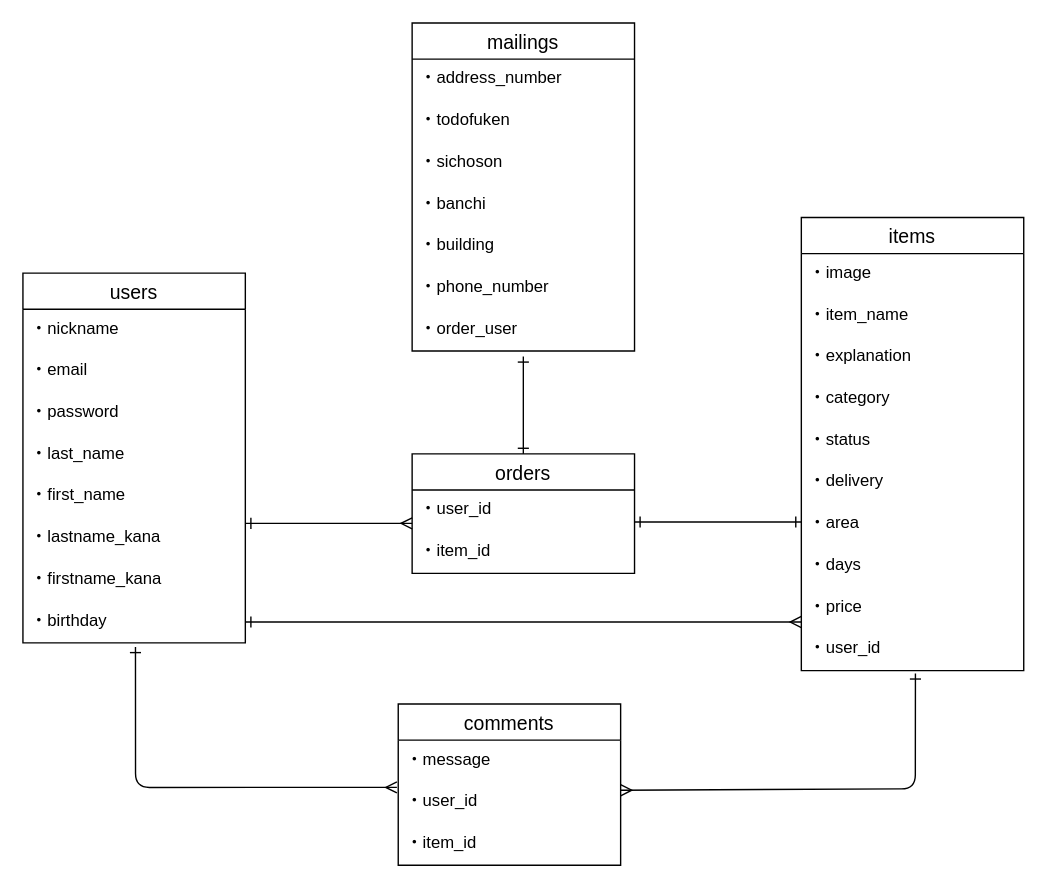
Above: test.dio in ymokkk/furima-37641 (draw.io), before the change. Source tidied: cells renumbered, new cells numbered last; positions are measured from the earlier drawing's top-left corner, leaving out a move shared by most shapes. Both pictures are drawn from the tidied source at 139%, with x=0, y=0 at pixel (22, 22).
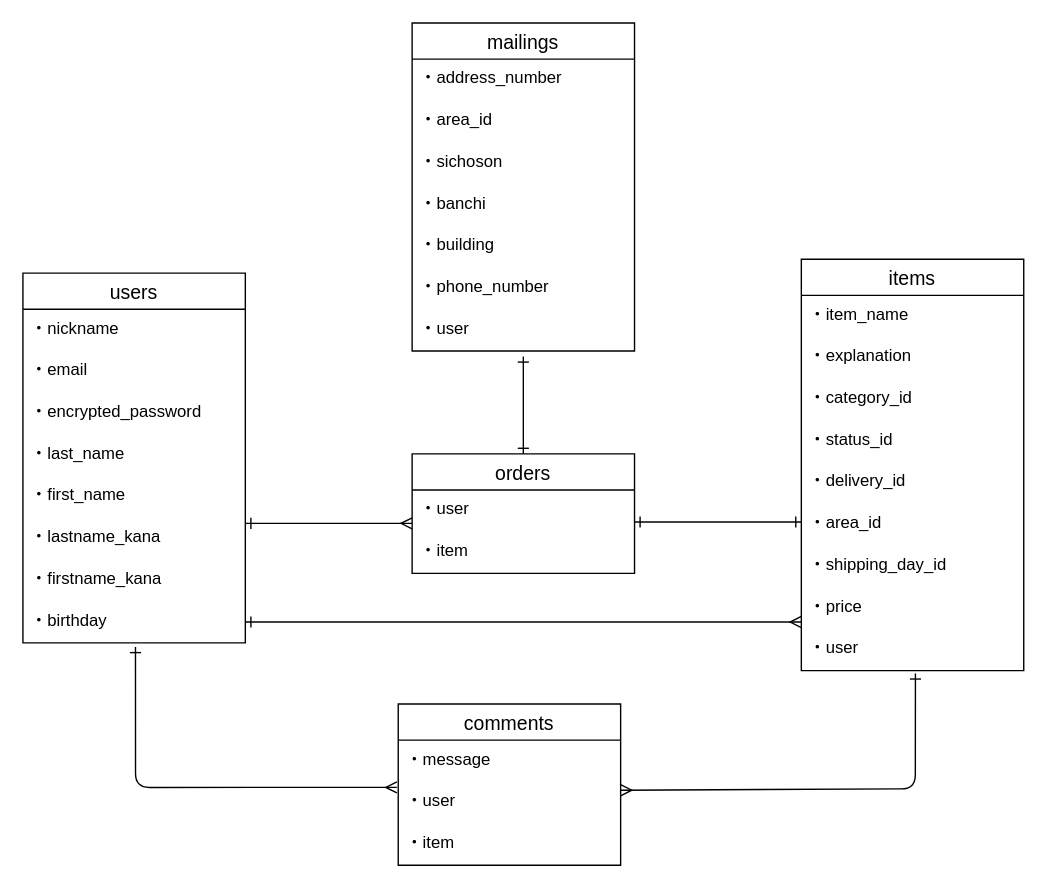
Above is the later version.

Unchanged cells that the change refers to:
```xml
<mxCell id="2" value="users" style="swimlane;fontStyle=0;horizontal=1;startSize=26;align=center;fontSize=14;" parent="1" vertex="1">
  <mxGeometry y="180" width="160" height="266" as="geometry" />
</mxCell>
<mxCell id="22" value="comments" style="swimlane;fontStyle=0;horizontal=1;startSize=26;align=center;fontSize=14;" parent="1" vertex="1">
  <mxGeometry x="270" y="490" width="160" height="116" as="geometry" />
</mxCell>
<mxCell id="26" value="orders" style="swimlane;fontStyle=0;horizontal=1;startSize=26;align=center;fontSize=14;" parent="1" vertex="1">
  <mxGeometry x="280" y="310" width="160" height="86" as="geometry" />
</mxCell>
<mxCell id="29" value="mailings" style="swimlane;fontStyle=0;horizontal=1;startSize=26;align=center;fontSize=14;" parent="1" vertex="1">
  <mxGeometry x="280" width="160" height="236" as="geometry" />
</mxCell>
```

Diff of the diagram source:
```diff
@@
-    <mxCell id="5" value="・password" style="text;strokeColor=none;fillColor=none;spacingLeft=4;spacingRight=4;overflow=hidden;fontSize=12;" parent="2" vertex="1">
+    <mxCell id="5" value="・encrypted_password" style="text;strokeColor=none;fillColor=none;spacingLeft=4;spacingRight=4;overflow=hidden;fontSize=12;" parent="2" vertex="1">
       <mxGeometry y="86" width="160" height="30" as="geometry" />
     </mxCell>
@@
     <mxCell id="11" value="items" style="swimlane;fontStyle=0;horizontal=1;startSize=26;align=center;fontSize=14;" parent="1" vertex="1">
-      <mxGeometry x="560" y="140" width="160" height="326" as="geometry" />
+      <mxGeometry x="560" y="170" width="160" height="296" as="geometry" />
     </mxCell>
-    <mxCell id="12" value="・image" style="text;strokeColor=none;fillColor=none;spacingLeft=4;spacingRight=4;overflow=hidden;fontSize=12;" parent="11" vertex="1">
-      <mxGeometry y="26" width="160" height="30" as="geometry" />
-    </mxCell>
     <mxCell id="13" value="・item_name" style="text;strokeColor=none;fillColor=none;spacingLeft=4;spacingRight=4;overflow=hidden;fontSize=12;" parent="11" vertex="1">
-      <mxGeometry y="56" width="160" height="30" as="geometry" />
+      <mxGeometry y="26" width="160" height="30" as="geometry" />
     </mxCell>
     <mxCell id="14" value="・explanation" style="text;strokeColor=none;fillColor=none;spacingLeft=4;spacingRight=4;overflow=hidden;fontSize=12;" parent="11" vertex="1">
-      <mxGeometry y="86" width="160" height="30" as="geometry" />
+      <mxGeometry y="56" width="160" height="30" as="geometry" />
     </mxCell>
-    <mxCell id="15" value="・category" style="text;strokeColor=none;fillColor=none;spacingLeft=4;spacingRight=4;overflow=hidden;fontSize=12;" parent="11" vertex="1">
-      <mxGeometry y="116" width="160" height="30" as="geometry" />
+    <mxCell id="15" value="・category_id" style="text;strokeColor=none;fillColor=none;spacingLeft=4;spacingRight=4;overflow=hidden;fontSize=12;" parent="11" vertex="1">
+      <mxGeometry y="86" width="160" height="30" as="geometry" />
     </mxCell>
-    <mxCell id="16" value="・status" style="text;strokeColor=none;fillColor=none;spacingLeft=4;spacingRight=4;overflow=hidden;fontSize=12;" parent="11" vertex="1">
-      <mxGeometry y="146" width="160" height="30" as="geometry" />
+    <mxCell id="16" value="・status_id" style="text;strokeColor=none;fillColor=none;spacingLeft=4;spacingRight=4;overflow=hidden;fontSize=12;" parent="11" vertex="1">
+      <mxGeometry y="116" width="160" height="30" as="geometry" />
     </mxCell>
-    <mxCell id="17" value="・delivery" style="text;strokeColor=none;fillColor=none;spacingLeft=4;spacingRight=4;overflow=hidden;fontSize=12;" parent="11" vertex="1">
-      <mxGeometry y="176" width="160" height="30" as="geometry" />
+    <mxCell id="17" value="・delivery_id" style="text;strokeColor=none;fillColor=none;spacingLeft=4;spacingRight=4;overflow=hidden;fontSize=12;" parent="11" vertex="1">
+      <mxGeometry y="146" width="160" height="30" as="geometry" />
     </mxCell>
-    <mxCell id="18" value="・area" style="text;strokeColor=none;fillColor=none;spacingLeft=4;spacingRight=4;overflow=hidden;fontSize=12;" parent="11" vertex="1">
-      <mxGeometry y="206" width="160" height="30" as="geometry" />
+    <mxCell id="18" value="・area_id" style="text;strokeColor=none;fillColor=none;spacingLeft=4;spacingRight=4;overflow=hidden;fontSize=12;" parent="11" vertex="1">
+      <mxGeometry y="176" width="160" height="30" as="geometry" />
     </mxCell>
-    <mxCell id="19" value="・days" style="text;strokeColor=none;fillColor=none;spacingLeft=4;spacingRight=4;overflow=hidden;fontSize=12;" parent="11" vertex="1">
-      <mxGeometry y="236" width="160" height="30" as="geometry" />
+    <mxCell id="19" value="・shipping_day_id" style="text;strokeColor=none;fillColor=none;spacingLeft=4;spacingRight=4;overflow=hidden;fontSize=12;" parent="11" vertex="1">
+      <mxGeometry y="206" width="160" height="30" as="geometry" />
     </mxCell>
     <mxCell id="20" value="・price" style="text;strokeColor=none;fillColor=none;spacingLeft=4;spacingRight=4;overflow=hidden;points=[[0,0.5],[1,0.5]];portConstraint=eastwest;fontSize=12;" parent="11" vertex="1">
-      <mxGeometry y="266" width="160" height="30" as="geometry" />
+      <mxGeometry y="236" width="160" height="30" as="geometry" />
     </mxCell>
-    <mxCell id="21" value="・user_id" style="text;strokeColor=none;fillColor=none;spacingLeft=4;spacingRight=4;overflow=hidden;points=[[0,0.5],[1,0.5]];portConstraint=eastwest;fontSize=12;" parent="11" vertex="1">
-      <mxGeometry y="296" width="160" height="30" as="geometry" />
+    <mxCell id="21" value="・user" style="text;strokeColor=none;fillColor=none;spacingLeft=4;spacingRight=4;overflow=hidden;points=[[0,0.5],[1,0.5]];portConstraint=eastwest;fontSize=12;" parent="11" vertex="1">
+      <mxGeometry y="266" width="160" height="30" as="geometry" />
     </mxCell>
@@
-    <mxCell id="24" value="・user_id" style="text;strokeColor=none;fillColor=none;spacingLeft=4;spacingRight=4;overflow=hidden;points=[[0,0.5],[1,0.5]];portConstraint=eastwest;fontSize=12;" parent="22" vertex="1">
+    <mxCell id="24" value="・user" style="text;strokeColor=none;fillColor=none;spacingLeft=4;spacingRight=4;overflow=hidden;points=[[0,0.5],[1,0.5]];portConstraint=eastwest;fontSize=12;" parent="22" vertex="1">
       <mxGeometry y="56" width="160" height="30" as="geometry" />
     </mxCell>
-    <mxCell id="25" value="・item_id" style="text;strokeColor=none;fillColor=none;spacingLeft=4;spacingRight=4;overflow=hidden;fontSize=12;" parent="22" vertex="1">
+    <mxCell id="25" value="・item" style="text;strokeColor=none;fillColor=none;spacingLeft=4;spacingRight=4;overflow=hidden;fontSize=12;" parent="22" vertex="1">
       <mxGeometry y="86" width="160" height="30" as="geometry" />
     </mxCell>
@@
-    <mxCell id="27" value="・user_id" style="text;strokeColor=none;fillColor=none;spacingLeft=4;spacingRight=4;overflow=hidden;fontSize=12;" parent="26" vertex="1">
+    <mxCell id="27" value="・user" style="text;strokeColor=none;fillColor=none;spacingLeft=4;spacingRight=4;overflow=hidden;fontSize=12;" parent="26" vertex="1">
       <mxGeometry y="26" width="160" height="30" as="geometry" />
     </mxCell>
-    <mxCell id="28" value="・item_id" style="text;strokeColor=none;fillColor=none;spacingLeft=4;spacingRight=4;overflow=hidden;fontSize=12;" parent="26" vertex="1">
+    <mxCell id="28" value="・item" style="text;strokeColor=none;fillColor=none;spacingLeft=4;spacingRight=4;overflow=hidden;fontSize=12;" parent="26" vertex="1">
       <mxGeometry y="56" width="160" height="30" as="geometry" />
     </mxCell>
@@
-    <mxCell id="31" value="・todofuken" style="text;strokeColor=none;fillColor=none;spacingLeft=4;spacingRight=4;overflow=hidden;fontSize=12;" parent="29" vertex="1">
+    <mxCell id="31" value="・area_id" style="text;strokeColor=none;fillColor=none;spacingLeft=4;spacingRight=4;overflow=hidden;fontSize=12;" parent="29" vertex="1">
       <mxGeometry y="56" width="160" height="30" as="geometry" />
     </mxCell>
@@
-    <mxCell id="36" value="・order_user" style="text;strokeColor=none;fillColor=none;spacingLeft=4;spacingRight=4;overflow=hidden;points=[[0,0.5],[1,0.5]];portConstraint=eastwest;fontSize=12;" parent="29" vertex="1">
+    <mxCell id="36" value="・user" style="text;strokeColor=none;fillColor=none;spacingLeft=4;spacingRight=4;overflow=hidden;points=[[0,0.5],[1,0.5]];portConstraint=eastwest;fontSize=12;" parent="29" vertex="1">
       <mxGeometry y="206" width="160" height="30" as="geometry" />
     </mxCell>
```
